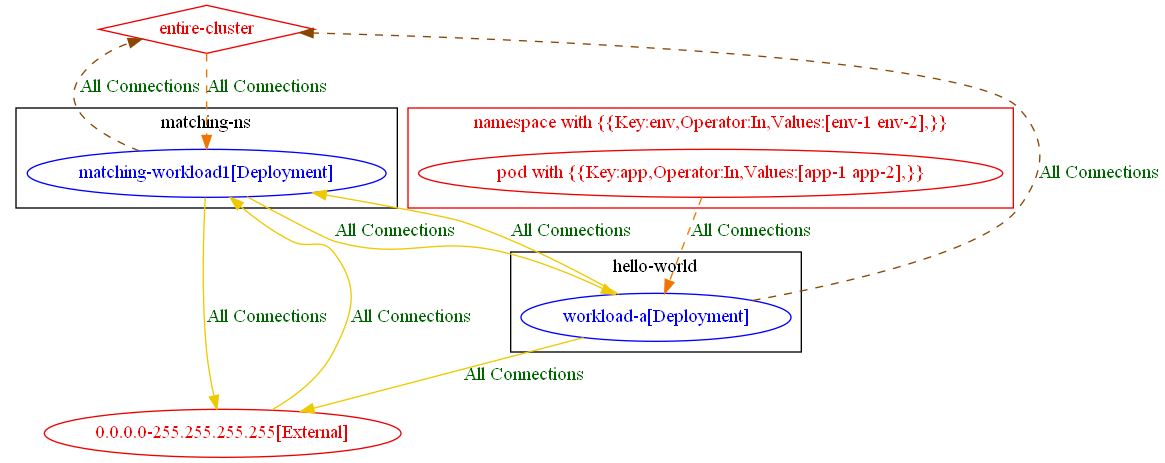
np-guard/netpol-analyzer keeps this Graphviz diagram as test_outputs/connlist/exposure_test_with_match_expression_in_op_with_matching_pod_exposure_output.dot.png. Above is the earlier version. Its source is kept beside it as test_outputs/connlist/exposure_test_with_match_expression_in_op_with_matching_pod_exposure_output.dot.
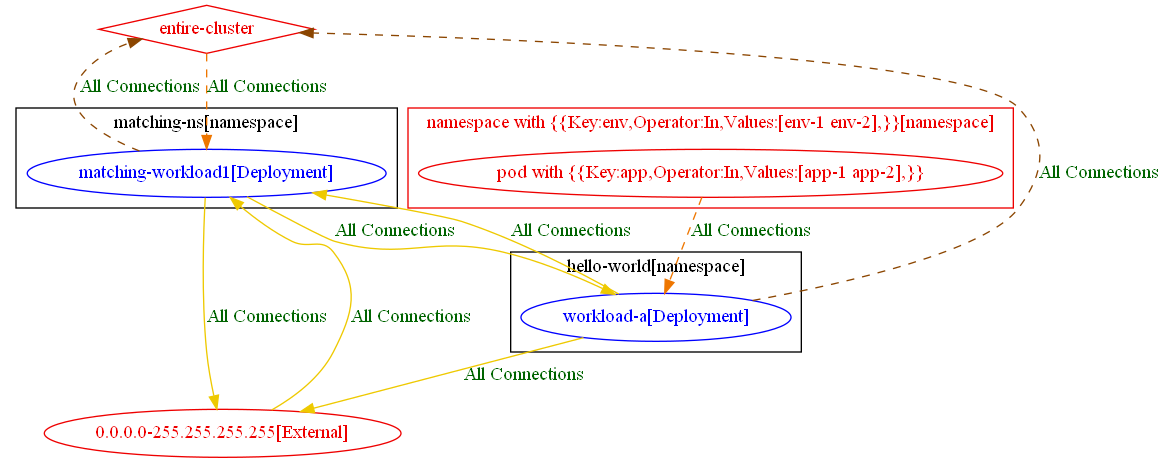
Above is the later version.

Diff of the diagram source:
```diff
@@ -1,21 +1,21 @@
 digraph {
-	subgraph "cluster_hello_world" {
+	subgraph "cluster_hello_world[namespace]" {
 		color="black"
 		fontcolor="black"
 		"hello-world/workload-a[Deployment]" [label="workload-a[Deployment]" color="blue" fontcolor="blue"]
-		label="hello-world"
+		label="hello-world[namespace]"
 	}
-	subgraph "cluster_matching_ns" {
+	subgraph "cluster_matching_ns[namespace]" {
 		color="black"
 		fontcolor="black"
 		"matching-ns/matching-workload1[Deployment]" [label="matching-workload1[Deployment]" color="blue" fontcolor="blue"]
-		label="matching-ns"
+		label="matching-ns[namespace]"
 	}
-	subgraph "cluster_namespace with {{Key:env,Operator:In,Values:[env_1 env_2],}}" {
+	subgraph "cluster_namespace with {{Key:env,Operator:In,Values:[env_1 env_2],}}[namespace]" {
 		color="red2"
 		fontcolor="red2"
 		"pod with {{Key:app,Operator:In,Values:[app-1 app-2],}}_in_namespace with {{Key:env,Operator:In,Values:[env-1 env-2],}}" [label="pod with {{Key:app,Operator:In,Values:[app-1 app-2],}}" color="red2" fontcolor="red2"]
-		label="namespace with {{Key:env,Operator:In,Values:[env-1 env-2],}}"
+		label="namespace with {{Key:env,Operator:In,Values:[env-1 env-2],}}[namespace]"
 	}
 	"0.0.0.0-255.255.255.255[External]" [label="0.0.0.0-255.255.255.255[External]" color="red2" fontcolor="red2"]
 	"entire-cluster" [label="entire-cluster" color="red2" fontcolor="red2" shape=diamond]
```
